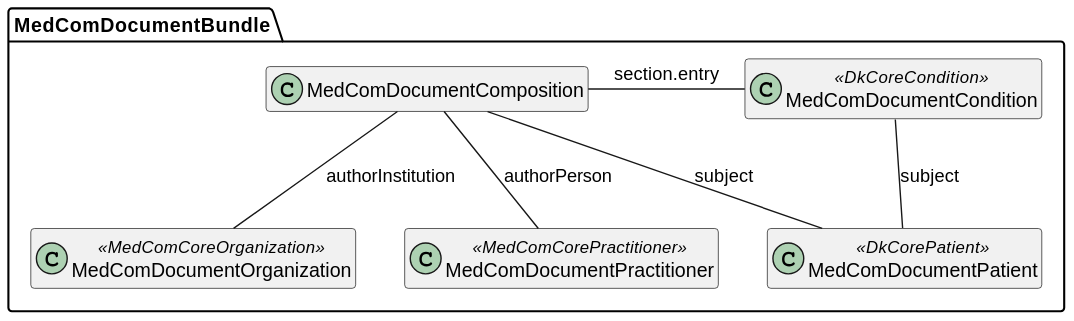
Earlier version of the PlantUML export input/images/DocumentModel.svg (medcomdk/dk-medcom-conditionlist). Source of this version:
```plantuml
@startuml
hide empty members

package "MedComDocumentBundle" as document {
    class "MedComDocumentComposition" as composition
    class "MedComDocumentOrganization" as organization <<MedComCoreOrganization>>
    class "MedComDocumentPractitioner" as practitioner <<MedComCorePractitioner>>
    class "MedComDocumentPatient" as patient <<DkCorePatient>>
    class "MedComDocumentCondition" as condition <<DkCoreCondition>>

    composition -down- organization : "authorInstitution"
    composition -down- practitioner : "authorPerson"
    composition -down- patient : "subject"
    composition -right- condition : "section.entry"
    condition -- patient : subject


}
@enduml
```
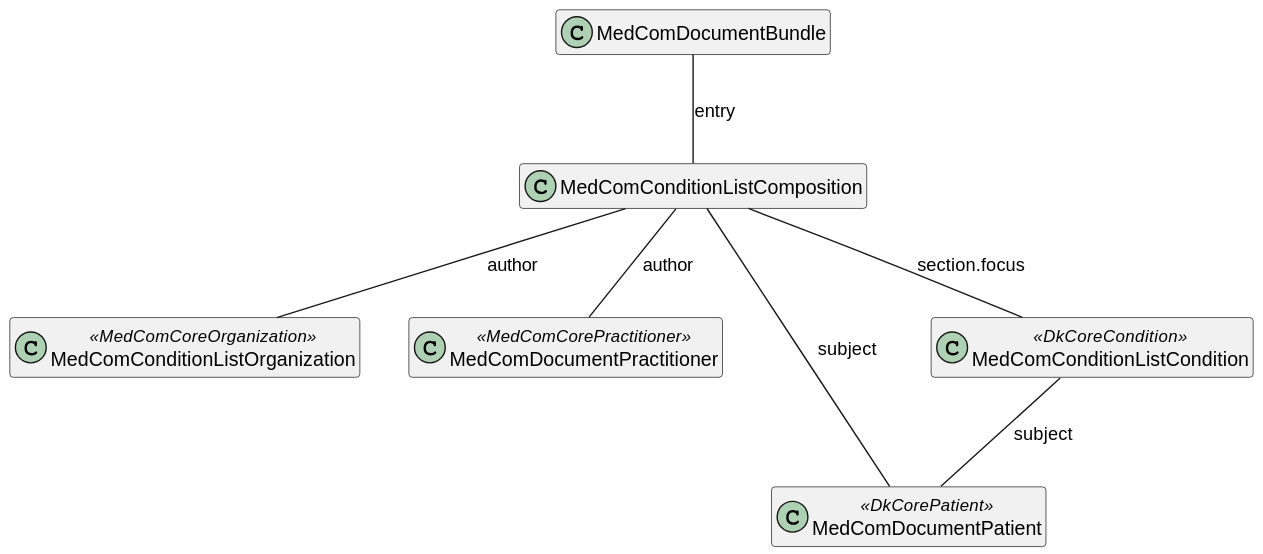
Later version of the same file.

Change to the diagram source:
```diff
@@ -1,19 +1,17 @@
 @startuml
 hide empty members
 
-package "MedComDocumentBundle" as document {
-    class "MedComDocumentComposition" as composition
-    class "MedComDocumentOrganization" as organization <<MedComCoreOrganization>>
-    class "MedComDocumentPractitioner" as practitioner <<MedComCorePractitioner>>
-    class "MedComDocumentPatient" as patient <<DkCorePatient>>
-    class "MedComDocumentCondition" as condition <<DkCoreCondition>>
+class "MedComDocumentBundle" as document
+class "MedComConditionListComposition" as composition
+class "MedComConditionListOrganization" as organization <<MedComCoreOrganization>>
+class "MedComDocumentPractitioner" as practitioner <<MedComCorePractitioner>>
+class "MedComDocumentPatient" as patient <<DkCorePatient>>
+class "MedComConditionListCondition" as condition <<DkCoreCondition>>
 
-    composition -down- organization : "authorInstitution"
-    composition -down- practitioner : "authorPerson"
-    composition -down- patient : "subject"
-    composition -right- condition : "section.entry"
-    condition -- patient : subject
-
-
-}
+document -- composition : "entry"
+composition -- organization : "author"
+composition -- practitioner : "author"
+composition -- patient : "subject"
+composition -- condition : "section.focus"
+condition -- patient : "subject"
 @enduml
```
